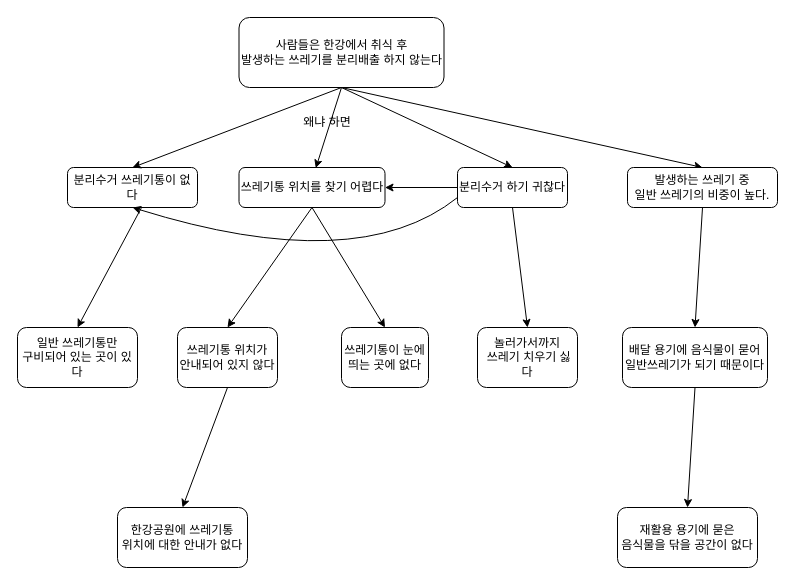
Above: page "원인연쇄분석" (1 of 4) of Untitled Diagram.drawio in shoeone96/QualitativeResearch (draw.io), before the change. Source tidied: cells renumbered, new cells numbered last; positions are measured from the earlier drawing's top-left corner, leaving out a move shared by most shapes. Both pictures are drawn from the tidied source at 100%, with x=0, y=0 at pixel (17, 17).
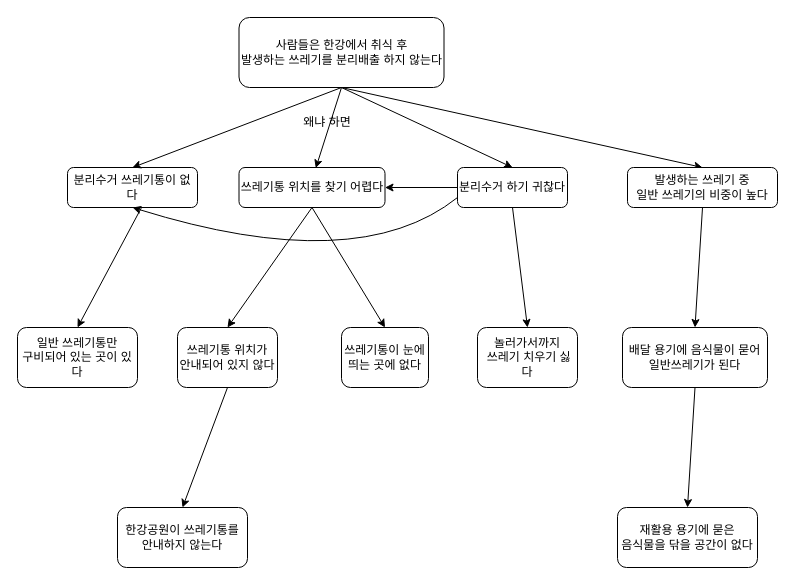
The same page after the edit.

What changed in the source:
```diff
@@
-    <mxCell id="21" value="발생하는 쓰레기 중 &lt;br&gt;일반 쓰레기의 비중이 높다." style="rounded=1;whiteSpace=wrap;html=1;fontSize=12;glass=0;strokeWidth=1;shadow=0;" parent="1" vertex="1">
+    <mxCell id="21" value="발생하는 쓰레기 중 &lt;br&gt;일반 쓰레기의 비중이 높다" style="rounded=1;whiteSpace=wrap;html=1;fontSize=12;glass=0;strokeWidth=1;shadow=0;" parent="1" vertex="1">
       <mxGeometry x="610" y="150" width="150" height="40" as="geometry" />
     </mxCell>
@@
-    <mxCell id="25" value="한강공원에 쓰레기통 &lt;br&gt;위치에 대한 안내가 없다" style="rounded=1;whiteSpace=wrap;html=1;" parent="1" vertex="1">
+    <mxCell id="25" value="한강공원이 쓰레기통를 &lt;br&gt;안내하지 않는다" style="rounded=1;whiteSpace=wrap;html=1;" parent="1" vertex="1">
       <mxGeometry x="100" y="490" width="130" height="60" as="geometry" />
     </mxCell>
-    <mxCell id="26" value="배달 용기에 음식물이 묻어 &lt;br&gt;일반쓰레기가 되기 때문이다" style="rounded=1;whiteSpace=wrap;html=1;" parent="1" vertex="1">
+    <mxCell id="26" value="배달 용기에 음식물이 묻어 &lt;br&gt;일반쓰레기가 된다" style="rounded=1;whiteSpace=wrap;html=1;" parent="1" vertex="1">
       <mxGeometry x="605" y="310" width="145" height="60" as="geometry" />
     </mxCell>
```
